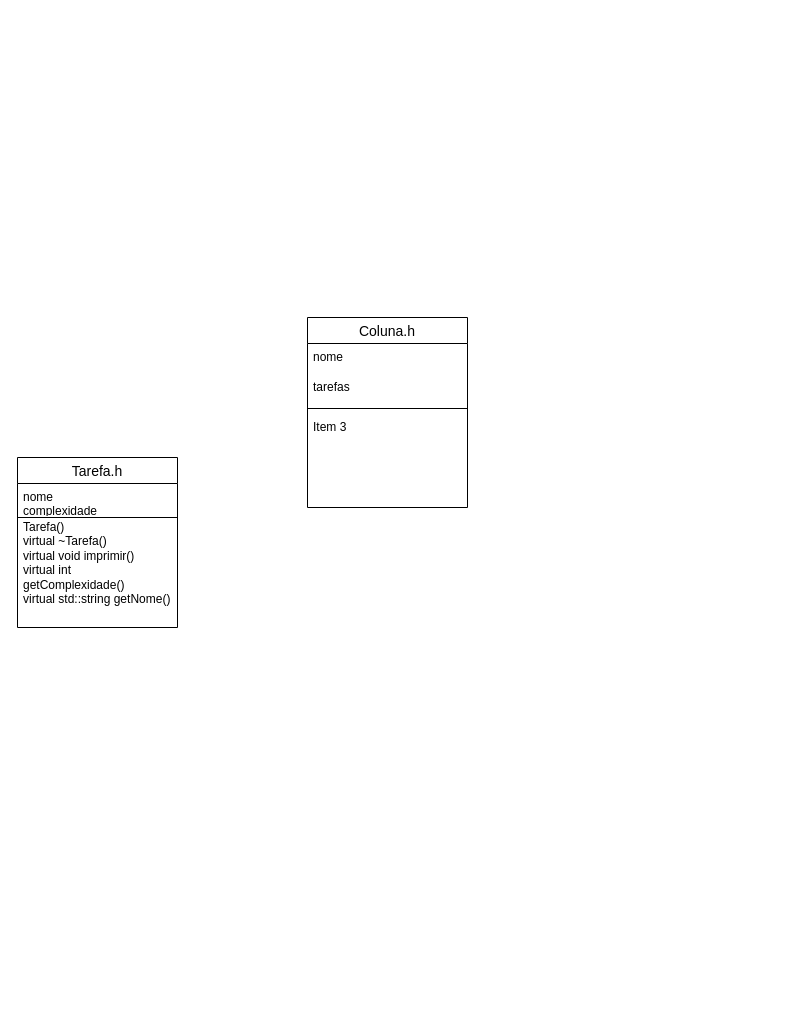
matheusqap/ProjetoLP1 keeps this draw.io diagram as diagrama_projetoLP1.drawio. Above is the earlier version. Source tidied: cells renumbered, new cells numbered last; positions are measured from the earlier drawing's top-left corner, leaving out a move shared by most shapes. Both pictures are drawn from the tidied source at 100%, with x=0, y=0 at pixel (17, 317).
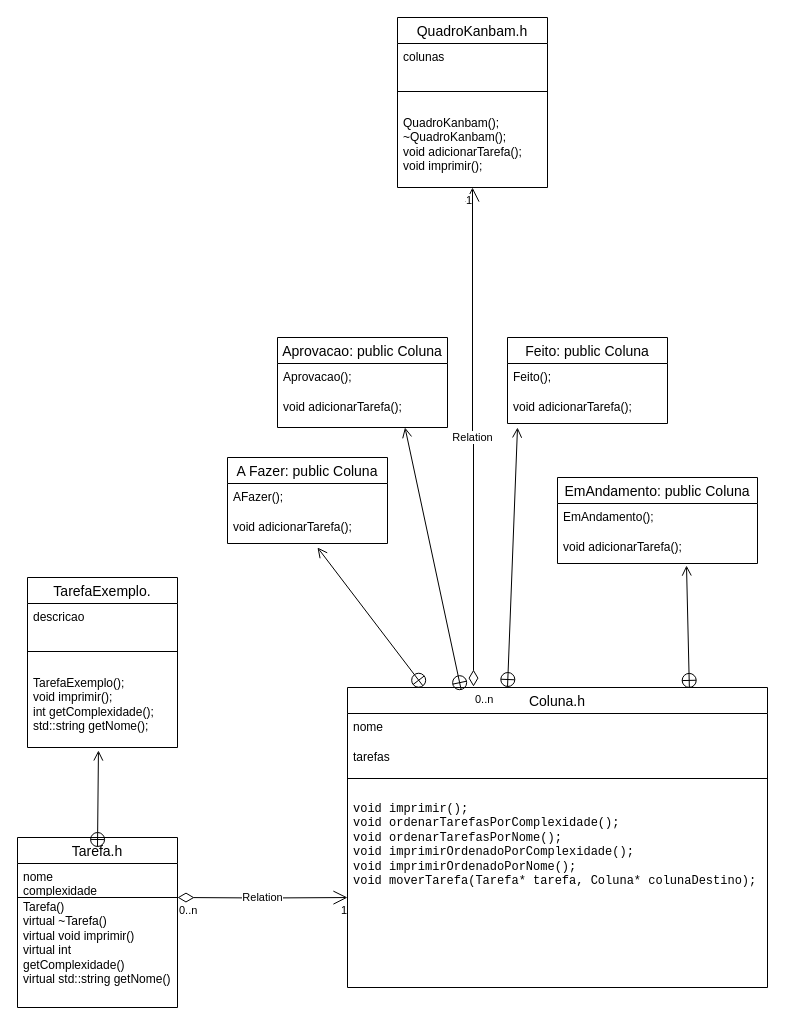
After the change.

The edit, as a diff of the source:
```diff
@@
     <mxCell id="2" value="Tarefa.h" style="swimlane;fontStyle=0;horizontal=1;startSize=26;align=center;fontSize=14;" parent="1" vertex="1">
-      <mxGeometry y="140" width="160" height="170" as="geometry" />
+      <mxGeometry y="520" width="160" height="170" as="geometry" />
     </mxCell>
@@
     <mxCell id="5" style="endArrow=none;html=1;rounded=0;" parent="1" edge="1">
       <mxGeometry relative="1" as="geometry">
-        <mxPoint y="200" as="sourcePoint" />
-        <mxPoint x="160" y="200" as="targetPoint" />
+        <mxPoint y="580" as="sourcePoint" />
+        <mxPoint x="160" y="580" as="targetPoint" />
       </mxGeometry>
     </mxCell>
     <mxCell id="6" value="Coluna.h" style="swimlane;fontStyle=0;horizontal=1;startSize=26;align=center;fontSize=14;" parent="1" vertex="1">
-      <mxGeometry x="290" width="160" height="190" as="geometry" />
+      <mxGeometry x="330" y="370" width="420" height="300" as="geometry" />
     </mxCell>
     <mxCell id="7" value="nome" style="text;strokeColor=none;fillColor=none;spacingLeft=4;spacingRight=4;overflow=hidden;fontSize=12;whiteSpace=wrap;html=1;" parent="6" vertex="1">
-      <mxGeometry y="26" width="160" height="30" as="geometry" />
+      <mxGeometry y="26" width="420" height="30" as="geometry" />
     </mxCell>
     <mxCell id="8" value="tarefas" style="text;strokeColor=none;fillColor=none;spacingLeft=4;spacingRight=4;overflow=hidden;fontSize=12;whiteSpace=wrap;html=1;" parent="6" vertex="1">
-      <mxGeometry y="56" width="160" height="30" as="geometry" />
+      <mxGeometry y="56" width="420" height="30" as="geometry" />
     </mxCell>
     <mxCell id="9" style="line;strokeWidth=1;dashed=0;labelPosition=right;align=left;verticalAlign=middle;spacingTop=0;spacingLeft=6;" parent="6" vertex="1">
-      <mxGeometry y="86" width="160" height="10" as="geometry" />
+      <mxGeometry y="86" width="420" height="10" as="geometry" />
     </mxCell>
-    <mxCell id="10" value="Item 3" style="text;strokeColor=none;fillColor=none;spacingLeft=4;spacingRight=4;overflow=hidden;points=[[0,0.5],[1,0.5]];portConstraint=eastwest;fontSize=12;whiteSpace=wrap;html=1;" parent="6" vertex="1">
-      <mxGeometry y="96" width="160" height="94" as="geometry" />
+    <mxCell id="10" value="&lt;pre&gt;&lt;code&gt;void imprimir();&lt;br&gt;void ordenarTarefasPorComplexidade();&lt;br&gt;void ordenarTarefasPorNome();&lt;br&gt;void imprimirOrdenadoPorComplexidade();&lt;br&gt;void imprimirOrdenadoPorNome();&lt;br&gt;void moverTarefa(Tarefa* tarefa, Coluna* colunaDestino);&lt;br&gt;&lt;/code&gt;&lt;br&gt;&lt;/pre&gt;" style="text;strokeColor=none;fillColor=none;spacingLeft=4;spacingRight=4;overflow=hidden;points=[[0,0.5],[1,0.5]];portConstraint=eastwest;fontSize=12;whiteSpace=wrap;html=1;" parent="6" vertex="1">
+      <mxGeometry y="96" width="420" height="204" as="geometry" />
     </mxCell>
+    <mxCell id="11" value="TarefaExemplo." style="swimlane;fontStyle=0;horizontal=1;startSize=26;align=center;fontSize=14;" parent="1" vertex="1">
+      <mxGeometry x="10" y="260" width="150" height="170" as="geometry" />
+    </mxCell>
+    <mxCell id="12" value="descricao" style="text;strokeColor=none;fillColor=none;spacingLeft=4;spacingRight=4;overflow=hidden;fontSize=12;whiteSpace=wrap;html=1;" parent="11" vertex="1">
+      <mxGeometry y="26" width="150" height="30" as="geometry" />
+    </mxCell>
+    <mxCell id="13" style="line;strokeWidth=1;dashed=0;labelPosition=right;align=left;verticalAlign=middle;spacingTop=0;spacingLeft=6;" parent="11" vertex="1">
+      <mxGeometry y="56" width="150" height="36" as="geometry" />
+    </mxCell>
+    <mxCell id="14" value="TarefaExemplo();&lt;br&gt;void imprimir();&lt;br&gt;int getComplexidade();&lt;br&gt;std::string getNome();" style="text;strokeColor=none;fillColor=none;spacingLeft=4;spacingRight=4;overflow=hidden;points=[[0,0.5],[1,0.5]];portConstraint=eastwest;fontSize=12;whiteSpace=wrap;html=1;" parent="11" vertex="1">
+      <mxGeometry y="92" width="150" height="78" as="geometry" />
+    </mxCell>
+    <mxCell id="15" value="A Fazer: public Coluna" style="swimlane;fontStyle=0;horizontal=1;startSize=26;align=center;fontSize=14;" parent="1" vertex="1">
+      <mxGeometry x="210" y="140" width="160" height="86" as="geometry" />
+    </mxCell>
+    <mxCell id="16" value="AFazer();" style="text;strokeColor=none;fillColor=none;spacingLeft=4;spacingRight=4;overflow=hidden;fontSize=12;whiteSpace=wrap;html=1;" parent="15" vertex="1">
+      <mxGeometry y="26" width="160" height="30" as="geometry" />
+    </mxCell>
+    <mxCell id="17" value="void adicionarTarefa(); " style="text;strokeColor=none;fillColor=none;spacingLeft=4;spacingRight=4;overflow=hidden;fontSize=12;whiteSpace=wrap;html=1;" parent="15" vertex="1">
+      <mxGeometry y="56" width="160" height="30" as="geometry" />
+    </mxCell>
+    <mxCell id="18" value="EmAndamento: public Coluna" style="swimlane;fontStyle=0;horizontal=1;startSize=26;align=center;fontSize=14;" parent="1" vertex="1">
+      <mxGeometry x="540" y="160" width="200" height="86" as="geometry" />
+    </mxCell>
+    <mxCell id="19" value="EmAndamento();" style="text;strokeColor=none;fillColor=none;spacingLeft=4;spacingRight=4;overflow=hidden;fontSize=12;whiteSpace=wrap;html=1;" parent="18" vertex="1">
+      <mxGeometry y="26" width="200" height="30" as="geometry" />
+    </mxCell>
+    <mxCell id="20" value="void adicionarTarefa(); " style="text;strokeColor=none;fillColor=none;spacingLeft=4;spacingRight=4;overflow=hidden;points=[[0,0.5],[1,0.5]];portConstraint=eastwest;fontSize=12;whiteSpace=wrap;html=1;" parent="18" vertex="1">
+      <mxGeometry y="56" width="200" height="30" as="geometry" />
+    </mxCell>
+    <mxCell id="21" value="Aprovacao: public Coluna" style="swimlane;fontStyle=0;horizontal=1;startSize=26;align=center;fontSize=14;" parent="1" vertex="1">
+      <mxGeometry x="260" y="20" width="170" height="90" as="geometry" />
+    </mxCell>
+    <mxCell id="22" value="Aprovacao();" style="text;strokeColor=none;fillColor=none;spacingLeft=4;spacingRight=4;overflow=hidden;fontSize=12;whiteSpace=wrap;html=1;" parent="21" vertex="1">
+      <mxGeometry y="26" width="170" height="30" as="geometry" />
+    </mxCell>
+    <mxCell id="23" value="void adicionarTarefa(); " style="text;strokeColor=none;fillColor=none;spacingLeft=4;spacingRight=4;overflow=hidden;fontSize=12;whiteSpace=wrap;html=1;" parent="21" vertex="1">
+      <mxGeometry y="56" width="170" height="34" as="geometry" />
+    </mxCell>
+    <mxCell id="24" value="Feito: public Coluna" style="swimlane;fontStyle=0;horizontal=1;startSize=26;align=center;fontSize=14;" parent="1" vertex="1">
+      <mxGeometry x="490" y="20" width="160" height="86" as="geometry" />
+    </mxCell>
+    <mxCell id="25" value="Feito();" style="text;strokeColor=none;fillColor=none;spacingLeft=4;spacingRight=4;overflow=hidden;fontSize=12;whiteSpace=wrap;html=1;" parent="24" vertex="1">
+      <mxGeometry y="26" width="160" height="30" as="geometry" />
+    </mxCell>
+    <mxCell id="26" value="void adicionarTarefa(); " style="text;strokeColor=none;fillColor=none;spacingLeft=4;spacingRight=4;overflow=hidden;fontSize=12;whiteSpace=wrap;html=1;" parent="24" vertex="1">
+      <mxGeometry y="56" width="160" height="30" as="geometry" />
+    </mxCell>
+    <mxCell id="27" value="QuadroKanbam.h" style="swimlane;fontStyle=0;horizontal=1;startSize=26;align=center;fontSize=14;" parent="1" vertex="1">
+      <mxGeometry x="380" y="-300" width="150" height="170" as="geometry" />
+    </mxCell>
+    <mxCell id="28" value="colunas" style="text;strokeColor=none;fillColor=none;spacingLeft=4;spacingRight=4;overflow=hidden;fontSize=12;whiteSpace=wrap;html=1;" parent="27" vertex="1">
+      <mxGeometry y="26" width="150" height="30" as="geometry" />
+    </mxCell>
+    <mxCell id="29" style="line;strokeWidth=1;dashed=0;labelPosition=right;align=left;verticalAlign=middle;spacingTop=0;spacingLeft=6;" parent="27" vertex="1">
+      <mxGeometry y="56" width="150" height="36" as="geometry" />
+    </mxCell>
+    <mxCell id="30" value="&lt;div&gt;QuadroKanbam();&lt;/div&gt;&lt;div&gt;~QuadroKanbam();&lt;/div&gt;&lt;div&gt;void adicionarTarefa();&lt;/div&gt;&lt;div&gt;void imprimir();&lt;br&gt;&lt;/div&gt;" style="text;strokeColor=none;fillColor=none;spacingLeft=4;spacingRight=4;overflow=hidden;fontSize=12;whiteSpace=wrap;html=1;" parent="27" vertex="1">
+      <mxGeometry y="92" width="150" height="78" as="geometry" />
+    </mxCell>
+    <mxCell id="31" style="endArrow=open;startArrow=circlePlus;endFill=0;startFill=0;endSize=8;html=1;rounded=0;entryX=0.473;entryY=1.038;entryDx=0;entryDy=0;entryPerimeter=0;" parent="1" edge="1" target="14">
+      <mxGeometry relative="1" as="geometry">
+        <mxPoint x="80" y="530" as="sourcePoint" />
+      </mxGeometry>
+    </mxCell>
+    <mxCell id="32" style="endArrow=open;startArrow=circlePlus;endFill=0;startFill=0;endSize=8;html=1;rounded=0;exitX=0.181;exitY=-0.003;exitDx=0;exitDy=0;exitPerimeter=0;" parent="1" edge="1" source="6">
+      <mxGeometry relative="1" as="geometry">
+        <mxPoint x="300" y="230" as="targetPoint" />
+      </mxGeometry>
+    </mxCell>
+    <mxCell id="33" style="endArrow=open;startArrow=circlePlus;endFill=0;startFill=0;endSize=8;html=1;rounded=0;exitX=0.814;exitY=0.003;exitDx=0;exitDy=0;exitPerimeter=0;entryX=0.645;entryY=1.067;entryDx=0;entryDy=0;entryPerimeter=0;" parent="1" edge="1" source="6" target="20">
+      <mxGeometry relative="1" as="geometry" />
+    </mxCell>
+    <mxCell id="34" style="endArrow=open;startArrow=circlePlus;endFill=0;startFill=0;endSize=8;html=1;rounded=0;entryX=0.75;entryY=1;entryDx=0;entryDy=0;exitX=0.271;exitY=0.01;exitDx=0;exitDy=0;exitPerimeter=0;" parent="1" edge="1" source="6" target="21">
+      <mxGeometry relative="1" as="geometry" />
+    </mxCell>
+    <mxCell id="35" style="endArrow=open;startArrow=circlePlus;endFill=0;startFill=0;endSize=8;html=1;rounded=0;" parent="1" edge="1">
+      <mxGeometry relative="1" as="geometry">
+        <mxPoint x="490" y="370" as="sourcePoint" />
+        <mxPoint x="500" y="110" as="targetPoint" />
+      </mxGeometry>
+    </mxCell>
+    <mxCell id="36" value="Relation" style="endArrow=open;html=1;endSize=12;startArrow=diamondThin;startSize=14;startFill=0;edgeStyle=orthogonalEdgeStyle;rounded=0;entryX=0;entryY=0.559;entryDx=0;entryDy=0;entryPerimeter=0;" parent="1" edge="1" target="10">
+      <mxGeometry relative="1" as="geometry">
+        <mxPoint x="160" y="580" as="sourcePoint" />
+      </mxGeometry>
+    </mxCell>
+    <mxCell id="37" value="0..n" style="edgeLabel;html=1;align=left;verticalAlign=top;" parent="36" vertex="1">
+      <mxGeometry x="-1" relative="1" as="geometry" />
+    </mxCell>
+    <mxCell id="38" value="1" style="edgeLabel;html=1;align=right;verticalAlign=top;" parent="36" vertex="1">
+      <mxGeometry x="1" relative="1" as="geometry" />
+    </mxCell>
+    <mxCell id="39" value="Relation" style="endArrow=open;html=1;endSize=12;startArrow=diamondThin;startSize=14;startFill=0;edgeStyle=orthogonalEdgeStyle;rounded=0;entryX=0.5;entryY=1;entryDx=0;entryDy=0;exitX=0.3;exitY=-0.003;exitDx=0;exitDy=0;exitPerimeter=0;" parent="1" edge="1" source="6" target="27">
+      <mxGeometry relative="1" as="geometry" />
+    </mxCell>
+    <mxCell id="40" value="0..n" style="edgeLabel;html=1;align=left;verticalAlign=top;" parent="39" vertex="1">
+      <mxGeometry x="-1" relative="1" as="geometry" />
+    </mxCell>
+    <mxCell id="41" value="1" style="edgeLabel;html=1;align=right;verticalAlign=top;" parent="39" vertex="1">
+      <mxGeometry x="1" relative="1" as="geometry" />
+    </mxCell>
```
